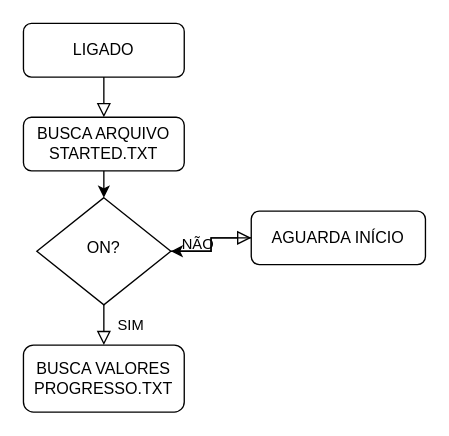
Earlier version of the draw.io diagram fluxograma.drawio (mvrinaldi/fermentador). Source tidied: cells renumbered, new cells numbered last; positions are measured from the earlier drawing's top-left corner, leaving out a move shared by most shapes. Both pictures are drawn from the tidied source at 134%, with x=0, y=0 at pixel (23, 23).
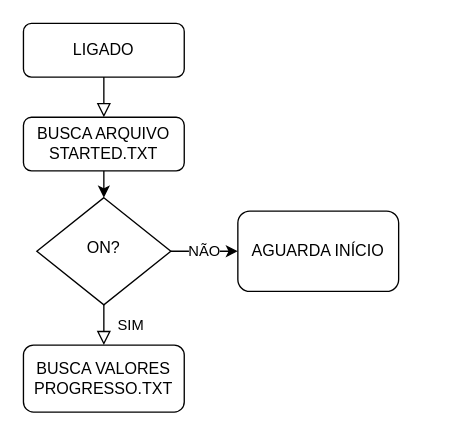
After the change.

What changed in the source:
```diff
@@
 <mxGraphModel>
   <root>
     <mxCell id="0" />
     <mxCell id="1" parent="0" />
     <mxCell id="2" style="rounded=0;html=1;jettySize=auto;fontSize=11;endArrow=block;endFill=0;endSize=8;strokeWidth=1;shadow=0;labelBackgroundColor=none;edgeStyle=orthogonalEdgeStyle;" parent="1" edge="1" source="3">
       <mxGeometry relative="1" as="geometry">
         <mxPoint x="60" y="70" as="targetPoint" />
       </mxGeometry>
     </mxCell>
     <mxCell id="3" value="LIGADO" style="rounded=1;whiteSpace=wrap;html=1;fontSize=12;glass=0;strokeWidth=1;shadow=0;" parent="1" vertex="1">
       <mxGeometry width="120" height="40" as="geometry" />
     </mxCell>
     <mxCell id="4" value="SIM" style="rounded=0;html=1;jettySize=auto;fontSize=11;endArrow=block;endFill=0;endSize=8;strokeWidth=1;shadow=0;labelBackgroundColor=none;edgeStyle=orthogonalEdgeStyle;" parent="1" edge="1" source="6">
       <mxGeometry y="20" relative="1" as="geometry">
         <mxPoint x="60" y="240" as="targetPoint" />
       </mxGeometry>
     </mxCell>
-    <mxCell id="5" value="NÃO" style="edgeStyle=orthogonalEdgeStyle;rounded=0;html=1;jettySize=auto;fontSize=11;endArrow=block;endFill=0;endSize=8;strokeWidth=1;shadow=0;labelBackgroundColor=none;" parent="1" edge="1" source="6" target="8">
-      <mxGeometry x="-0.43" y="5" relative="1" as="geometry" />
+    <mxCell id="5" value="NÃO" style="edgeStyle=orthogonalEdgeStyle;rounded=0;jettySize=auto;html=1;exitX=1;exitY=0.5;exitDx=0;exitDy=0;entryX=0;entryY=0.5;entryDx=0;entryDy=0;" parent="1" edge="1" source="6" target="8">
+      <mxGeometry relative="1" as="geometry" />
     </mxCell>
     <mxCell id="6" value="ON?" style="rhombus;whiteSpace=wrap;html=1;shadow=0;fontFamily=Helvetica;fontSize=12;align=center;strokeWidth=1;spacing=6;spacingTop=-4;" parent="1" vertex="1">
       <mxGeometry x="10" y="130" width="100" height="80" as="geometry" />
     </mxCell>
-    <mxCell id="7" style="edgeStyle=orthogonalEdgeStyle;rounded=0;jettySize=auto;html=1;" parent="1" edge="1" source="8" target="6">
-      <mxGeometry relative="1" as="geometry" />
-    </mxCell>
-    <mxCell id="8" value="AGUARDA INÍCIO" style="rounded=1;whiteSpace=wrap;html=1;fontSize=12;glass=0;strokeWidth=1;shadow=0;" parent="1" vertex="1">
-      <mxGeometry x="170" y="140" width="130" height="40" as="geometry" />
-    </mxCell>
     <mxCell id="9" style="edgeStyle=orthogonalEdgeStyle;rounded=0;jettySize=auto;html=1;exitX=0.5;exitY=1;exitDx=0;exitDy=0;entryX=0.5;entryY=0;entryDx=0;entryDy=0;" parent="1" edge="1" source="10" target="6">
       <mxGeometry relative="1" as="geometry" />
     </mxCell>
     <mxCell id="10" value="BUSCA ARQUIVO STARTED.TXT" style="rounded=1;whiteSpace=wrap;html=1;" parent="1" vertex="1">
       <mxGeometry y="70" width="120" height="40" as="geometry" />
     </mxCell>
     <mxCell id="11" value="BUSCA VALORES PROGRESSO.TXT" style="rounded=1;whiteSpace=wrap;html=1;" parent="1" vertex="1">
       <mxGeometry y="240" width="120" height="50" as="geometry" />
     </mxCell>
+    <mxCell id="12" style="edgeStyle=orthogonalEdgeStyle;rounded=0;orthogonalLoop=1;jettySize=auto;html=1;exitX=0.5;exitY=1;exitDx=0;exitDy=0;" parent="1" edge="1">
+      <mxGeometry relative="1" as="geometry">
+        <mxPoint x="235" y="180" as="sourcePoint" />
+        <mxPoint x="235" y="180" as="targetPoint" />
+      </mxGeometry>
+    </mxCell>
+    <mxCell id="8" value="AGUARDA INÍCIO" style="rounded=1;whiteSpace=wrap;html=1;" parent="1" vertex="1">
+      <mxGeometry x="160" y="140" width="120" height="60" as="geometry" />
+    </mxCell>
   </root>
 </mxGraphModel>
```
